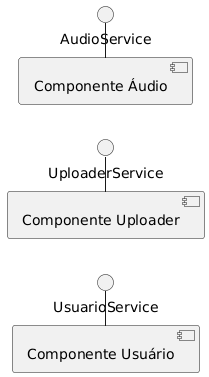
The PlantUML diagram diagrama_componentes.png in augustotx/engSoft2, before a commit. Its diagram source:
```plantuml
@startuml
left to right direction

UsuarioService - [Componente Usuário]
UploaderService - [Componente Uploader]
AudioService - [Componente Áudio]
@enduml
```
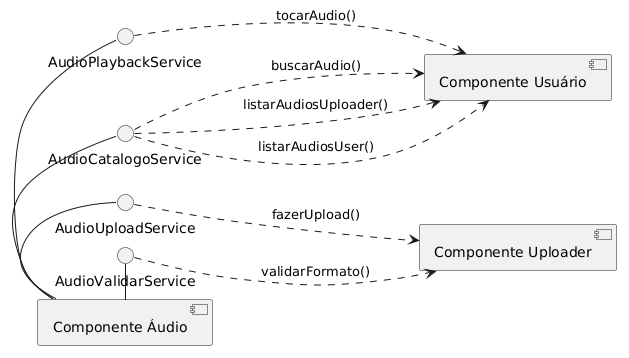
Above is the later version.

Commit message:
Correção dos componentes

The edit, as a diff of the source:
```diff
@@ -1,7 +1,14 @@
 @startuml
 left to right direction
 
-UsuarioService - [Componente Usuário]
-UploaderService - [Componente Uploader]
-AudioService - [Componente Áudio]
+AudioPlaybackService - [Componente Áudio]
+AudioUploadService - [Componente Áudio]
+AudioCatalogoService - [Componente Áudio]
+AudioValidarService - [Componente Áudio]
+AudioPlaybackService ..> [Componente Usuário]: "tocarAudio()"
+AudioValidarService ..> [Componente Uploader]: "validarFormato()"
+AudioUploadService ..> [Componente Uploader]: "fazerUpload()"
+AudioCatalogoService ..> [Componente Usuário] : "buscarAudio()"
+AudioCatalogoService ..> [Componente Usuário] : "listarAudiosUploader()"
+AudioCatalogoService ..> [Componente Usuário] : "listarAudiosUser()"
 @enduml
```
